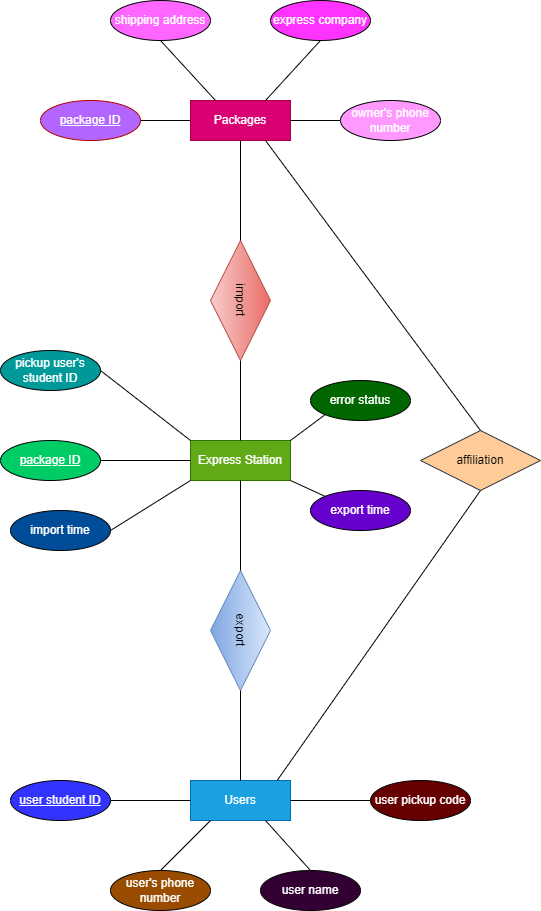
Before: 说明文档/E-R图.png, a diagram exported from draw.io (NaNBridge/CQUPT_Express_Management_System). Source tidied: cells renumbered, new cells last; positions are measured from the earlier drawing's top-left corner, leaving out a move shared by most shapes. The source it was exported from:
```xml
<mxGraphModel>
  <root>
    <mxCell id="0" />
    <mxCell id="1" parent="0" />
    <mxCell id="2" value="Packages" style="whiteSpace=wrap;html=1;align=center;rounded=0;labelBackgroundColor=none;fontColor=#ffffff;fillColor=#d80073;strokeColor=#A50040;" parent="1" vertex="1">
      <mxGeometry x="190" y="100" width="100" height="40" as="geometry" />
    </mxCell>
    <mxCell id="3" value="package ID" style="ellipse;whiteSpace=wrap;html=1;align=center;fontStyle=4;rounded=0;labelBackgroundColor=none;fontColor=#ffffff;fillColor=#B266FF;strokeColor=#B20000;" parent="1" vertex="1">
      <mxGeometry x="40" y="100" width="100" height="40" as="geometry" />
    </mxCell>
    <mxCell id="4" style="endArrow=none;html=1;rounded=0;fontColor=#FFFFFF;exitX=0;exitY=0.5;exitDx=0;exitDy=0;entryX=1;entryY=0.5;entryDx=0;entryDy=0;" parent="1" edge="1" source="2" target="3">
      <mxGeometry relative="1" as="geometry" />
    </mxCell>
    <mxCell id="5" value="owner's phone number" style="ellipse;whiteSpace=wrap;html=1;align=center;rounded=0;labelBackgroundColor=none;fontColor=#FFFFFF;fillColor=#FF99FF;" parent="1" vertex="1">
      <mxGeometry x="340" y="100" width="100" height="40" as="geometry" />
    </mxCell>
    <mxCell id="6" style="endArrow=none;html=1;rounded=0;fontColor=#FFFFFF;exitX=0;exitY=0.5;exitDx=0;exitDy=0;entryX=1;entryY=0.5;entryDx=0;entryDy=0;" parent="1" edge="1" source="5" target="2">
      <mxGeometry relative="1" as="geometry" />
    </mxCell>
    <mxCell id="7" value="shipping address" style="ellipse;whiteSpace=wrap;html=1;align=center;rounded=0;labelBackgroundColor=none;fontColor=#FFFFFF;fillColor=#FF66FF;" parent="1" vertex="1">
      <mxGeometry x="110" width="100" height="40" as="geometry" />
    </mxCell>
    <mxCell id="8" value="express company" style="ellipse;whiteSpace=wrap;html=1;align=center;rounded=0;labelBackgroundColor=none;fontColor=#FFFFFF;fillColor=#FF33FF;" parent="1" vertex="1">
      <mxGeometry x="270" width="100" height="40" as="geometry" />
    </mxCell>
    <mxCell id="9" style="endArrow=none;html=1;rounded=0;fontColor=#FFFFFF;exitX=0.5;exitY=1;exitDx=0;exitDy=0;entryX=0.75;entryY=0;entryDx=0;entryDy=0;" parent="1" edge="1" source="8" target="2">
      <mxGeometry relative="1" as="geometry" />
    </mxCell>
    <mxCell id="10" style="endArrow=none;html=1;rounded=0;fontColor=#FFFFFF;exitX=0.25;exitY=0;exitDx=0;exitDy=0;entryX=0.5;entryY=1;entryDx=0;entryDy=0;" parent="1" edge="1" source="2" target="7">
      <mxGeometry relative="1" as="geometry" />
    </mxCell>
    <mxCell id="11" value="Express Station" style="whiteSpace=wrap;html=1;align=center;rounded=0;labelBackgroundColor=none;fontColor=#ffffff;fillColor=#60a917;strokeColor=#2D7600;" parent="1" vertex="1">
      <mxGeometry x="190" y="440" width="100" height="40" as="geometry" />
    </mxCell>
    <mxCell id="12" value="pickup user's student ID" style="ellipse;whiteSpace=wrap;html=1;align=center;rounded=0;labelBackgroundColor=none;fontColor=#FFFFFF;fillColor=#009999;" parent="1" vertex="1">
      <mxGeometry y="350" width="100" height="40" as="geometry" />
    </mxCell>
    <mxCell id="13" value="error status" style="ellipse;whiteSpace=wrap;html=1;align=center;rounded=0;labelBackgroundColor=none;fontColor=#FFFFFF;fillColor=#006600;" parent="1" vertex="1">
      <mxGeometry x="310" y="380" width="100" height="40" as="geometry" />
    </mxCell>
    <mxCell id="14" value="import time" style="ellipse;whiteSpace=wrap;html=1;align=center;rounded=0;labelBackgroundColor=none;fontColor=#FFFFFF;fillColor=#004C99;" parent="1" vertex="1">
      <mxGeometry x="10" y="510" width="100" height="40" as="geometry" />
    </mxCell>
    <mxCell id="15" value="package ID" style="ellipse;whiteSpace=wrap;html=1;align=center;fontStyle=4;rounded=0;labelBackgroundColor=none;fontColor=#FFFFFF;fillColor=#00CC66;" parent="1" vertex="1">
      <mxGeometry y="440" width="100" height="40" as="geometry" />
    </mxCell>
    <mxCell id="16" value="export time" style="ellipse;whiteSpace=wrap;html=1;align=center;rounded=0;labelBackgroundColor=none;fontColor=#FFFFFF;fillColor=#6600CC;" parent="1" vertex="1">
      <mxGeometry x="310" y="490" width="100" height="40" as="geometry" />
    </mxCell>
    <mxCell id="17" style="endArrow=none;html=1;rounded=0;fontColor=#FFFFFF;exitX=1;exitY=0.5;exitDx=0;exitDy=0;entryX=0;entryY=0;entryDx=0;entryDy=0;" parent="1" edge="1" source="12" target="11">
      <mxGeometry relative="1" as="geometry" />
    </mxCell>
    <mxCell id="18" style="endArrow=none;html=1;rounded=0;fontColor=#FFFFFF;exitX=0;exitY=1;exitDx=0;exitDy=0;entryX=1;entryY=0;entryDx=0;entryDy=0;" parent="1" edge="1" source="13" target="11">
      <mxGeometry relative="1" as="geometry" />
    </mxCell>
    <mxCell id="19" style="endArrow=none;html=1;rounded=0;fontColor=#FFFFFF;exitX=0;exitY=0;exitDx=0;exitDy=0;entryX=1;entryY=1;entryDx=0;entryDy=0;" parent="1" edge="1" source="16" target="11">
      <mxGeometry relative="1" as="geometry" />
    </mxCell>
    <mxCell id="20" style="endArrow=none;html=1;rounded=0;fontColor=#FFFFFF;exitX=1;exitY=0.5;exitDx=0;exitDy=0;entryX=0;entryY=0.5;entryDx=0;entryDy=0;" parent="1" edge="1" source="15" target="11">
      <mxGeometry relative="1" as="geometry" />
    </mxCell>
    <mxCell id="21" style="endArrow=none;html=1;rounded=0;fontColor=#FFFFFF;exitX=1;exitY=0.5;exitDx=0;exitDy=0;entryX=0;entryY=1;entryDx=0;entryDy=0;" parent="1" edge="1" source="14" target="11">
      <mxGeometry relative="1" as="geometry" />
    </mxCell>
    <mxCell id="22" value="Users" style="whiteSpace=wrap;html=1;align=center;rounded=0;labelBackgroundColor=none;fontColor=#ffffff;fillColor=#1ba1e2;strokeColor=#006EAF;" parent="1" vertex="1">
      <mxGeometry x="190" y="780" width="100" height="40" as="geometry" />
    </mxCell>
    <mxCell id="23" value="user student ID" style="ellipse;whiteSpace=wrap;html=1;align=center;fontStyle=4;rounded=0;labelBackgroundColor=none;fontColor=#FFFFFF;fillColor=#3333FF;" parent="1" vertex="1">
      <mxGeometry x="10" y="780" width="100" height="40" as="geometry" />
    </mxCell>
    <mxCell id="24" value="user pickup code" style="ellipse;whiteSpace=wrap;html=1;align=center;rounded=0;labelBackgroundColor=none;fontColor=#FFFFFF;fillColor=#660000;" parent="1" vertex="1">
      <mxGeometry x="370" y="780" width="100" height="40" as="geometry" />
    </mxCell>
    <mxCell id="25" value="user name" style="ellipse;whiteSpace=wrap;html=1;align=center;rounded=0;labelBackgroundColor=none;fontColor=#FFFFFF;fillColor=#330033;" parent="1" vertex="1">
      <mxGeometry x="260" y="870" width="100" height="40" as="geometry" />
    </mxCell>
    <mxCell id="26" value="user's phone number" style="ellipse;whiteSpace=wrap;html=1;align=center;rounded=0;labelBackgroundColor=none;fontColor=#FFFFFF;fillColor=#994C00;" parent="1" vertex="1">
      <mxGeometry x="110" y="870" width="100" height="40" as="geometry" />
    </mxCell>
    <mxCell id="27" style="endArrow=none;html=1;rounded=0;fontColor=#FFFFFF;entryX=0;entryY=0.5;entryDx=0;entryDy=0;exitX=1;exitY=0.5;exitDx=0;exitDy=0;" parent="1" edge="1" source="23" target="22">
      <mxGeometry relative="1" as="geometry" />
    </mxCell>
    <mxCell id="28" style="endArrow=none;html=1;rounded=0;fontColor=#FFFFFF;exitX=0;exitY=0.5;exitDx=0;exitDy=0;entryX=1;entryY=0.5;entryDx=0;entryDy=0;" parent="1" edge="1" source="24" target="22">
      <mxGeometry relative="1" as="geometry" />
    </mxCell>
    <mxCell id="29" style="endArrow=none;html=1;rounded=0;fontColor=#FFFFFF;exitX=0.5;exitY=0;exitDx=0;exitDy=0;" parent="1" edge="1" source="26">
      <mxGeometry relative="1" as="geometry">
        <mxPoint x="210" y="820" as="targetPoint" />
      </mxGeometry>
    </mxCell>
    <mxCell id="30" style="endArrow=none;html=1;rounded=0;fontColor=#FFFFFF;entryX=0.75;entryY=1;entryDx=0;entryDy=0;exitX=0.5;exitY=0;exitDx=0;exitDy=0;" parent="1" edge="1" source="25" target="22">
      <mxGeometry relative="1" as="geometry" />
    </mxCell>
    <mxCell id="31" value="import" style="shape=rhombus;perimeter=rhombusPerimeter;whiteSpace=wrap;html=1;align=center;rounded=0;labelBackgroundColor=none;fillColor=#f8cecc;strokeColor=#b85450;gradientColor=#ea6b66;direction=west;rotation=90;" parent="1" vertex="1">
      <mxGeometry x="180" y="270" width="120" height="60" as="geometry" />
    </mxCell>
    <mxCell id="32" style="endArrow=none;html=1;rounded=0;fontColor=#FFFFFF;exitX=1;exitY=0.5;exitDx=0;exitDy=0;entryX=0.5;entryY=1;entryDx=0;entryDy=0;" parent="1" edge="1" source="31" target="2">
      <mxGeometry relative="1" as="geometry" />
    </mxCell>
    <mxCell id="33" style="endArrow=none;html=1;rounded=0;fontColor=#FFFFFF;exitX=0;exitY=0.5;exitDx=0;exitDy=0;entryX=0.5;entryY=0;entryDx=0;entryDy=0;" parent="1" edge="1" source="31" target="11">
      <mxGeometry relative="1" as="geometry" />
    </mxCell>
    <mxCell id="34" value="export" style="shape=rhombus;perimeter=rhombusPerimeter;whiteSpace=wrap;html=1;align=center;rounded=0;labelBackgroundColor=none;fillColor=#dae8fc;rotation=90;gradientColor=#7ea6e0;strokeColor=#6c8ebf;" parent="1" vertex="1">
      <mxGeometry x="180" y="600" width="120" height="60" as="geometry" />
    </mxCell>
    <mxCell id="35" style="endArrow=none;html=1;rounded=0;fontColor=#FFFFFF;exitX=0;exitY=0.5;exitDx=0;exitDy=0;entryX=0.5;entryY=1;entryDx=0;entryDy=0;" parent="1" edge="1" source="34" target="11">
      <mxGeometry relative="1" as="geometry" />
    </mxCell>
    <mxCell id="36" style="endArrow=none;html=1;rounded=0;fontColor=#FFFFFF;exitX=1;exitY=0.5;exitDx=0;exitDy=0;entryX=0.5;entryY=0;entryDx=0;entryDy=0;" parent="1" edge="1" source="34" target="22">
      <mxGeometry relative="1" as="geometry" />
    </mxCell>
    <mxCell id="37" value="affiliation" style="shape=rhombus;perimeter=rhombusPerimeter;whiteSpace=wrap;html=1;align=center;rounded=0;labelBackgroundColor=none;fillColor=#ffcc99;strokeColor=#36393d;" parent="1" vertex="1">
      <mxGeometry x="420" y="430" width="120" height="60" as="geometry" />
    </mxCell>
    <mxCell id="38" style="endArrow=none;html=1;rounded=0;fontColor=#FFFFFF;exitX=0.75;exitY=1;exitDx=0;exitDy=0;entryX=0.5;entryY=0;entryDx=0;entryDy=0;" parent="1" edge="1" source="2" target="37">
      <mxGeometry relative="1" as="geometry" />
    </mxCell>
    <mxCell id="39" style="endArrow=none;html=1;rounded=0;fontColor=#FFFFFF;exitX=0.5;exitY=1;exitDx=0;exitDy=0;entryX=0.867;entryY=-0.001;entryDx=0;entryDy=0;entryPerimeter=0;" parent="1" edge="1" source="37" target="22">
      <mxGeometry relative="1" as="geometry" />
    </mxCell>
  </root>
</mxGraphModel>
```
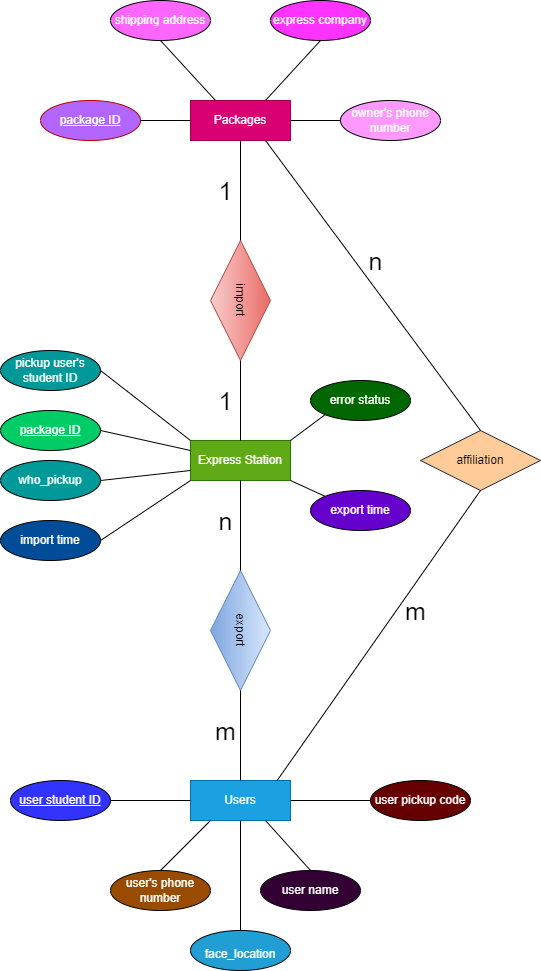
After the commit.

What changed in the source:
```diff
@@ -39,10 +39,10 @@
       <mxGeometry x="310" y="380" width="100" height="40" as="geometry" />
     </mxCell>
     <mxCell id="14" value="import time" style="ellipse;whiteSpace=wrap;html=1;align=center;rounded=0;labelBackgroundColor=none;fontColor=#FFFFFF;fillColor=#004C99;" parent="1" vertex="1">
-      <mxGeometry x="10" y="510" width="100" height="40" as="geometry" />
+      <mxGeometry y="520" width="100" height="40" as="geometry" />
     </mxCell>
     <mxCell id="15" value="package ID" style="ellipse;whiteSpace=wrap;html=1;align=center;fontStyle=4;rounded=0;labelBackgroundColor=none;fontColor=#FFFFFF;fillColor=#00CC66;" parent="1" vertex="1">
-      <mxGeometry y="440" width="100" height="40" as="geometry" />
+      <mxGeometry y="410" width="100" height="40" as="geometry" />
     </mxCell>
     <mxCell id="16" value="export time" style="ellipse;whiteSpace=wrap;html=1;align=center;rounded=0;labelBackgroundColor=none;fontColor=#FFFFFF;fillColor=#6600CC;" parent="1" vertex="1">
       <mxGeometry x="310" y="490" width="100" height="40" as="geometry" />
@@ -56,7 +56,7 @@
     <mxCell id="19" style="endArrow=none;html=1;rounded=0;fontColor=#FFFFFF;exitX=0;exitY=0;exitDx=0;exitDy=0;entryX=1;entryY=1;entryDx=0;entryDy=0;" parent="1" edge="1" source="16" target="11">
       <mxGeometry relative="1" as="geometry" />
     </mxCell>
-    <mxCell id="20" style="endArrow=none;html=1;rounded=0;fontColor=#FFFFFF;exitX=1;exitY=0.5;exitDx=0;exitDy=0;entryX=0;entryY=0.5;entryDx=0;entryDy=0;" parent="1" edge="1" source="15" target="11">
+    <mxCell id="20" style="endArrow=none;html=1;rounded=0;fontColor=#FFFFFF;exitX=1;exitY=0.5;exitDx=0;exitDy=0;entryX=0;entryY=0.25;entryDx=0;entryDy=0;" parent="1" edge="1" source="15" target="11">
       <mxGeometry relative="1" as="geometry" />
     </mxCell>
     <mxCell id="21" style="endArrow=none;html=1;rounded=0;fontColor=#FFFFFF;exitX=1;exitY=0.5;exitDx=0;exitDy=0;entryX=0;entryY=1;entryDx=0;entryDy=0;" parent="1" edge="1" source="14" target="11">
@@ -118,5 +118,37 @@
     <mxCell id="39" style="endArrow=none;html=1;rounded=0;fontColor=#FFFFFF;exitX=0.5;exitY=1;exitDx=0;exitDy=0;entryX=0.867;entryY=-0.001;entryDx=0;entryDy=0;entryPerimeter=0;" parent="1" edge="1" source="37" target="22">
       <mxGeometry relative="1" as="geometry" />
     </mxCell>
+    <mxCell id="40" style="edgeStyle=none;html=1;exitX=1;exitY=0.5;exitDx=0;exitDy=0;entryX=0;entryY=0.75;entryDx=0;entryDy=0;endArrow=none;endFill=0;" parent="1" edge="1" target="11">
+      <mxGeometry relative="1" as="geometry">
+        <mxPoint x="100" y="480" as="sourcePoint" />
+      </mxGeometry>
+    </mxCell>
+    <mxCell id="41" value="who_pickup" style="ellipse;whiteSpace=wrap;html=1;align=center;rounded=0;labelBackgroundColor=none;fontColor=#FFFFFF;fillColor=#009999;" parent="1" vertex="1">
+      <mxGeometry y="460" width="100" height="40" as="geometry" />
+    </mxCell>
+    <mxCell id="42" value="&lt;font style=&quot;font-size: 25px&quot; color=&quot;#000000&quot;&gt;1&lt;/font&gt;" style="text;html=1;align=center;verticalAlign=middle;strokeColor=none;fillColor=none;" parent="1" vertex="1">
+      <mxGeometry x="210" y="180" width="30" height="20" as="geometry" />
+    </mxCell>
+    <mxCell id="43" value="&lt;font style=&quot;font-size: 25px&quot; color=&quot;#000000&quot;&gt;1&lt;/font&gt;" style="text;html=1;align=center;verticalAlign=middle;strokeColor=none;fillColor=none;" parent="1" vertex="1">
+      <mxGeometry x="210" y="390" width="30" height="20" as="geometry" />
+    </mxCell>
+    <mxCell id="44" style="edgeStyle=none;html=1;exitX=0.5;exitY=0;exitDx=0;exitDy=0;entryX=0.5;entryY=1;entryDx=0;entryDy=0;fontSize=20;fontColor=#000000;endArrow=none;endFill=0;" parent="1" edge="1" source="45" target="22">
+      <mxGeometry relative="1" as="geometry" />
+    </mxCell>
+    <mxCell id="45" value="&lt;font style=&quot;font-size: 12px&quot; color=&quot;#ffffff&quot;&gt;face_location&lt;/font&gt;" style="ellipse;whiteSpace=wrap;html=1;align=center;fontSize=20;fontColor=#000000;fillColor=#219fd5;" parent="1" vertex="1">
+      <mxGeometry x="190" y="930" width="100" height="40" as="geometry" />
+    </mxCell>
+    <mxCell id="46" value="&lt;font color=&quot;#000000&quot; style=&quot;font-size: 25px&quot;&gt;m&lt;/font&gt;" style="text;html=1;align=center;verticalAlign=middle;strokeColor=none;fillColor=none;" parent="1" vertex="1">
+      <mxGeometry x="205" y="720" width="40" height="20" as="geometry" />
+    </mxCell>
+    <mxCell id="47" value="&lt;font color=&quot;#000000&quot; style=&quot;font-size: 25px&quot;&gt;n&lt;/font&gt;" style="text;html=1;align=center;verticalAlign=middle;strokeColor=none;fillColor=none;" parent="1" vertex="1">
+      <mxGeometry x="210" y="510" width="30" height="20" as="geometry" />
+    </mxCell>
+    <mxCell id="48" value="&lt;font color=&quot;#000000&quot; style=&quot;font-size: 25px&quot;&gt;m&lt;/font&gt;" style="text;html=1;align=center;verticalAlign=middle;strokeColor=none;fillColor=none;" parent="1" vertex="1">
+      <mxGeometry x="395" y="600" width="40" height="20" as="geometry" />
+    </mxCell>
+    <mxCell id="49" value="&lt;font color=&quot;#000000&quot; style=&quot;font-size: 25px&quot;&gt;n&lt;/font&gt;" style="text;html=1;align=center;verticalAlign=middle;strokeColor=none;fillColor=none;" parent="1" vertex="1">
+      <mxGeometry x="360" y="250" width="30" height="20" as="geometry" />
+    </mxCell>
   </root>
 </mxGraphModel>
```
